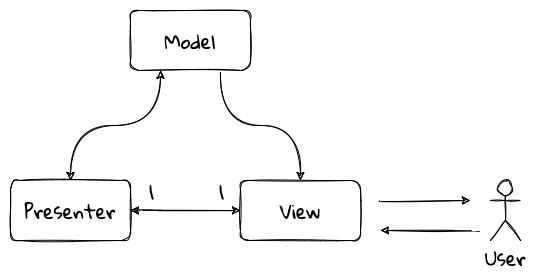
Before: images/ui-patterns/mvp.png, a diagram exported from draw.io (ddd-book-java/prem-website). Source tidied: cells renumbered, new cells last; positions are measured from the earlier drawing's top-left corner, leaving out a move shared by most shapes. The source it was exported from:
```xml
<mxGraphModel>
  <root>
    <mxCell id="0" />
    <mxCell id="1" parent="0" />
    <mxCell id="2" style="edgeStyle=orthogonalEdgeStyle;curved=1;rounded=0;sketch=1;jettySize=auto;html=1;exitX=0.25;exitY=1;exitDx=0;exitDy=0;entryX=0.5;entryY=0;entryDx=0;entryDy=0;fontFamily=Gloria Hallelujah;fontSource=https%3A%2F%2Ffonts.googleapis.com%2Fcss%3Ffamily%3DGloria%2BHallelujah;fontSize=19;startArrow=classic;startFill=1;" parent="1" edge="1" source="4" target="8">
      <mxGeometry relative="1" as="geometry" />
    </mxCell>
    <mxCell id="3" style="edgeStyle=orthogonalEdgeStyle;curved=1;rounded=0;sketch=1;jettySize=auto;html=1;exitX=0.75;exitY=1;exitDx=0;exitDy=0;entryX=0.5;entryY=0;entryDx=0;entryDy=0;fontFamily=Gloria Hallelujah;fontSource=https%3A%2F%2Ffonts.googleapis.com%2Fcss%3Ffamily%3DGloria%2BHallelujah;fontSize=19;" parent="1" edge="1" source="4" target="9">
      <mxGeometry relative="1" as="geometry" />
    </mxCell>
    <mxCell id="4" value="Model" style="whiteSpace=wrap;html=1;fontFamily=Gloria Hallelujah;fontSource=https%3A%2F%2Ffonts.googleapis.com%2Fcss%3Ffamily%3DGloria%2BHallelujah;rounded=1;sketch=1;fontSize=19;" parent="1" vertex="1">
      <mxGeometry x="120" width="120" height="60" as="geometry" />
    </mxCell>
    <mxCell id="5" style="edgeStyle=orthogonalEdgeStyle;curved=1;rounded=0;sketch=1;jettySize=auto;html=1;entryX=0;entryY=0.5;entryDx=0;entryDy=0;fontFamily=Gloria Hallelujah;fontSource=https%3A%2F%2Ffonts.googleapis.com%2Fcss%3Ffamily%3DGloria%2BHallelujah;startArrow=classic;startFill=1;fontSize=19;" parent="1" edge="1" source="8" target="9">
      <mxGeometry relative="1" as="geometry" />
    </mxCell>
    <mxCell id="6" value="1" style="edgeLabel;html=1;align=center;verticalAlign=middle;fontFamily=Gloria Hallelujah;fontSize=19;" parent="5" vertex="1">
      <mxGeometry x="-0.75" y="1" relative="1" as="geometry">
        <mxPoint x="6" y="-19" as="offset" />
      </mxGeometry>
    </mxCell>
    <mxCell id="7" value="1" style="edgeLabel;html=1;align=center;verticalAlign=middle;fontFamily=Gloria Hallelujah;fontSize=19;" parent="5" vertex="1">
      <mxGeometry x="0.6" relative="1" as="geometry">
        <mxPoint x="2" y="-20" as="offset" />
      </mxGeometry>
    </mxCell>
    <mxCell id="8" value="Presenter" style="whiteSpace=wrap;html=1;fontFamily=Gloria Hallelujah;fontSource=https%3A%2F%2Ffonts.googleapis.com%2Fcss%3Ffamily%3DGloria%2BHallelujah;rounded=1;sketch=1;fontSize=19;" parent="1" vertex="1">
      <mxGeometry y="170" width="120" height="60" as="geometry" />
    </mxCell>
    <mxCell id="9" value="View" style="whiteSpace=wrap;html=1;fontFamily=Gloria Hallelujah;fontSource=https%3A%2F%2Ffonts.googleapis.com%2Fcss%3Ffamily%3DGloria%2BHallelujah;rounded=1;sketch=1;fontSize=19;" parent="1" vertex="1">
      <mxGeometry x="230" y="170" width="120" height="60" as="geometry" />
    </mxCell>
    <mxCell id="10" value="User" style="shape=umlActor;verticalLabelPosition=bottom;verticalAlign=top;html=1;fontFamily=Gloria Hallelujah;fontSource=https%3A%2F%2Ffonts.googleapis.com%2Fcss%3Ffamily%3DGloria%2BHallelujah;rounded=1;sketch=1;fontSize=19;" parent="1" vertex="1">
      <mxGeometry x="480" y="170" width="30" height="60" as="geometry" />
    </mxCell>
    <mxCell id="11" style="endArrow=classic;html=1;fontFamily=Gloria Hallelujah;fontSource=https%3A%2F%2Ffonts.googleapis.com%2Fcss%3Ffamily%3DGloria%2BHallelujah;curved=1;sketch=1;fontSize=19;" parent="1" edge="1">
      <mxGeometry relative="1" as="geometry">
        <mxPoint x="370" y="190" as="sourcePoint" />
        <mxPoint x="460" y="190" as="targetPoint" />
      </mxGeometry>
    </mxCell>
    <mxCell id="12" style="endArrow=classic;html=1;fontFamily=Gloria Hallelujah;fontSource=https%3A%2F%2Ffonts.googleapis.com%2Fcss%3Ffamily%3DGloria%2BHallelujah;curved=1;sketch=1;fontSize=19;" parent="1" edge="1">
      <mxGeometry relative="1" as="geometry">
        <mxPoint x="460" y="220" as="sourcePoint" />
        <mxPoint x="370" y="220" as="targetPoint" />
      </mxGeometry>
    </mxCell>
  </root>
</mxGraphModel>
```
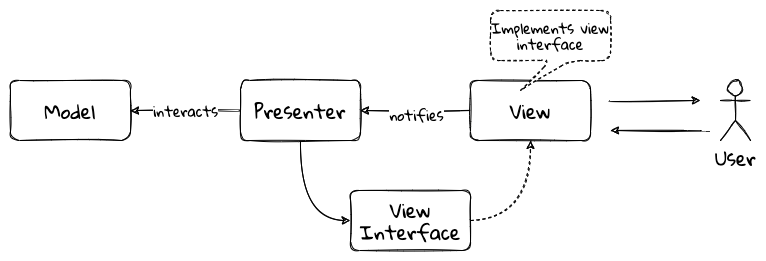
After the change.

The edit, as a diff of the source:
```diff
@@ -2,31 +2,24 @@
   <root>
     <mxCell id="0" />
     <mxCell id="1" parent="0" />
-    <mxCell id="2" style="edgeStyle=orthogonalEdgeStyle;curved=1;rounded=0;sketch=1;jettySize=auto;html=1;exitX=0.25;exitY=1;exitDx=0;exitDy=0;entryX=0.5;entryY=0;entryDx=0;entryDy=0;fontFamily=Gloria Hallelujah;fontSource=https%3A%2F%2Ffonts.googleapis.com%2Fcss%3Ffamily%3DGloria%2BHallelujah;fontSize=19;startArrow=classic;startFill=1;" parent="1" edge="1" source="4" target="8">
-      <mxGeometry relative="1" as="geometry" />
-    </mxCell>
-    <mxCell id="3" style="edgeStyle=orthogonalEdgeStyle;curved=1;rounded=0;sketch=1;jettySize=auto;html=1;exitX=0.75;exitY=1;exitDx=0;exitDy=0;entryX=0.5;entryY=0;entryDx=0;entryDy=0;fontFamily=Gloria Hallelujah;fontSource=https%3A%2F%2Ffonts.googleapis.com%2Fcss%3Ffamily%3DGloria%2BHallelujah;fontSize=19;" parent="1" edge="1" source="4" target="9">
-      <mxGeometry relative="1" as="geometry" />
-    </mxCell>
     <mxCell id="4" value="Model" style="whiteSpace=wrap;html=1;fontFamily=Gloria Hallelujah;fontSource=https%3A%2F%2Ffonts.googleapis.com%2Fcss%3Ffamily%3DGloria%2BHallelujah;rounded=1;sketch=1;fontSize=19;" parent="1" vertex="1">
-      <mxGeometry x="120" width="120" height="60" as="geometry" />
+      <mxGeometry x="-230" y="170" width="120" height="60" as="geometry" />
     </mxCell>
-    <mxCell id="5" style="edgeStyle=orthogonalEdgeStyle;curved=1;rounded=0;sketch=1;jettySize=auto;html=1;entryX=0;entryY=0.5;entryDx=0;entryDy=0;fontFamily=Gloria Hallelujah;fontSource=https%3A%2F%2Ffonts.googleapis.com%2Fcss%3Ffamily%3DGloria%2BHallelujah;startArrow=classic;startFill=1;fontSize=19;" parent="1" edge="1" source="8" target="9">
-      <mxGeometry relative="1" as="geometry" />
-    </mxCell>
-    <mxCell id="6" value="1" style="edgeLabel;html=1;align=center;verticalAlign=middle;fontFamily=Gloria Hallelujah;fontSize=19;" parent="5" vertex="1">
-      <mxGeometry x="-0.75" y="1" relative="1" as="geometry">
-        <mxPoint x="6" y="-19" as="offset" />
-      </mxGeometry>
-    </mxCell>
-    <mxCell id="7" value="1" style="edgeLabel;html=1;align=center;verticalAlign=middle;fontFamily=Gloria Hallelujah;fontSize=19;" parent="5" vertex="1">
-      <mxGeometry x="0.6" relative="1" as="geometry">
-        <mxPoint x="2" y="-20" as="offset" />
-      </mxGeometry>
-    </mxCell>
+    <mxCell id="13" value="interacts" style="edgeStyle=orthogonalEdgeStyle;curved=1;rounded=0;sketch=1;jettySize=auto;html=1;entryX=1;entryY=0.5;entryDx=0;entryDy=0;fontFamily=Gloria Hallelujah;fontSource=https%3A%2F%2Ffonts.googleapis.com%2Fcss%3Ffamily%3DGloria%2BHallelujah;fontSize=14;startArrow=none;startFill=0;endArrow=classic;endFill=1;" parent="1" edge="1" source="8" target="4">
+      <mxGeometry relative="1" as="geometry" />
+    </mxCell>
+    <mxCell id="14" style="edgeStyle=orthogonalEdgeStyle;curved=1;rounded=0;sketch=1;jettySize=auto;html=1;exitX=0.5;exitY=1;exitDx=0;exitDy=0;entryX=0;entryY=0.5;entryDx=0;entryDy=0;fontFamily=Gloria Hallelujah;fontSource=https%3A%2F%2Ffonts.googleapis.com%2Fcss%3Ffamily%3DGloria%2BHallelujah;fontSize=14;startArrow=none;startFill=0;endArrow=classic;endFill=1;" parent="1" edge="1" source="8" target="18">
+      <mxGeometry relative="1" as="geometry" />
+    </mxCell>
     <mxCell id="8" value="Presenter" style="whiteSpace=wrap;html=1;fontFamily=Gloria Hallelujah;fontSource=https%3A%2F%2Ffonts.googleapis.com%2Fcss%3Ffamily%3DGloria%2BHallelujah;rounded=1;sketch=1;fontSize=19;" parent="1" vertex="1">
       <mxGeometry y="170" width="120" height="60" as="geometry" />
     </mxCell>
+    <mxCell id="15" style="edgeStyle=orthogonalEdgeStyle;curved=1;rounded=0;sketch=1;jettySize=auto;html=1;exitX=0;exitY=0.5;exitDx=0;exitDy=0;entryX=1;entryY=0.5;entryDx=0;entryDy=0;fontFamily=Gloria Hallelujah;fontSource=https%3A%2F%2Ffonts.googleapis.com%2Fcss%3Ffamily%3DGloria%2BHallelujah;fontSize=14;startArrow=none;startFill=0;endArrow=classic;endFill=1;" parent="1" edge="1" source="9" target="8">
+      <mxGeometry relative="1" as="geometry" />
+    </mxCell>
+    <mxCell id="16" value="notifies" style="edgeLabel;html=1;align=center;verticalAlign=middle;fontSize=14;fontFamily=Gloria Hallelujah;" parent="15" vertex="1">
+      <mxGeometry y="3" relative="1" as="geometry" />
+    </mxCell>
     <mxCell id="9" value="View" style="whiteSpace=wrap;html=1;fontFamily=Gloria Hallelujah;fontSource=https%3A%2F%2Ffonts.googleapis.com%2Fcss%3Ffamily%3DGloria%2BHallelujah;rounded=1;sketch=1;fontSize=19;" parent="1" vertex="1">
       <mxGeometry x="230" y="170" width="120" height="60" as="geometry" />
     </mxCell>
@@ -45,5 +38,14 @@
         <mxPoint x="370" y="220" as="targetPoint" />
       </mxGeometry>
     </mxCell>
+    <mxCell id="17" style="edgeStyle=orthogonalEdgeStyle;curved=1;rounded=0;sketch=1;jettySize=auto;html=1;exitX=1;exitY=0.5;exitDx=0;exitDy=0;entryX=0.5;entryY=1;entryDx=0;entryDy=0;fontFamily=Gloria Hallelujah;fontSource=https%3A%2F%2Ffonts.googleapis.com%2Fcss%3Ffamily%3DGloria%2BHallelujah;fontSize=14;startArrow=none;startFill=0;endArrow=classic;endFill=1;dashed=1;" parent="1" edge="1" source="18" target="9">
+      <mxGeometry relative="1" as="geometry" />
+    </mxCell>
+    <mxCell id="18" value="View Interface" style="whiteSpace=wrap;html=1;fontFamily=Gloria Hallelujah;fontSource=https%3A%2F%2Ffonts.googleapis.com%2Fcss%3Ffamily%3DGloria%2BHallelujah;rounded=1;sketch=1;fontSize=19;" parent="1" vertex="1">
+      <mxGeometry x="110" y="280" width="120" height="60" as="geometry" />
+    </mxCell>
+    <mxCell id="19" value="Implements view interface" style="shape=callout;whiteSpace=wrap;html=1;perimeter=calloutPerimeter;rounded=1;sketch=1;fontFamily=Gloria Hallelujah;fontSource=https%3A%2F%2Ffonts.googleapis.com%2Fcss%3Ffamily%3DGloria%2BHallelujah;fontSize=14;dashed=1;position2=0.25;" parent="1" vertex="1">
+      <mxGeometry x="250" y="100" width="120" height="80" as="geometry" />
+    </mxCell>
   </root>
 </mxGraphModel>
```
